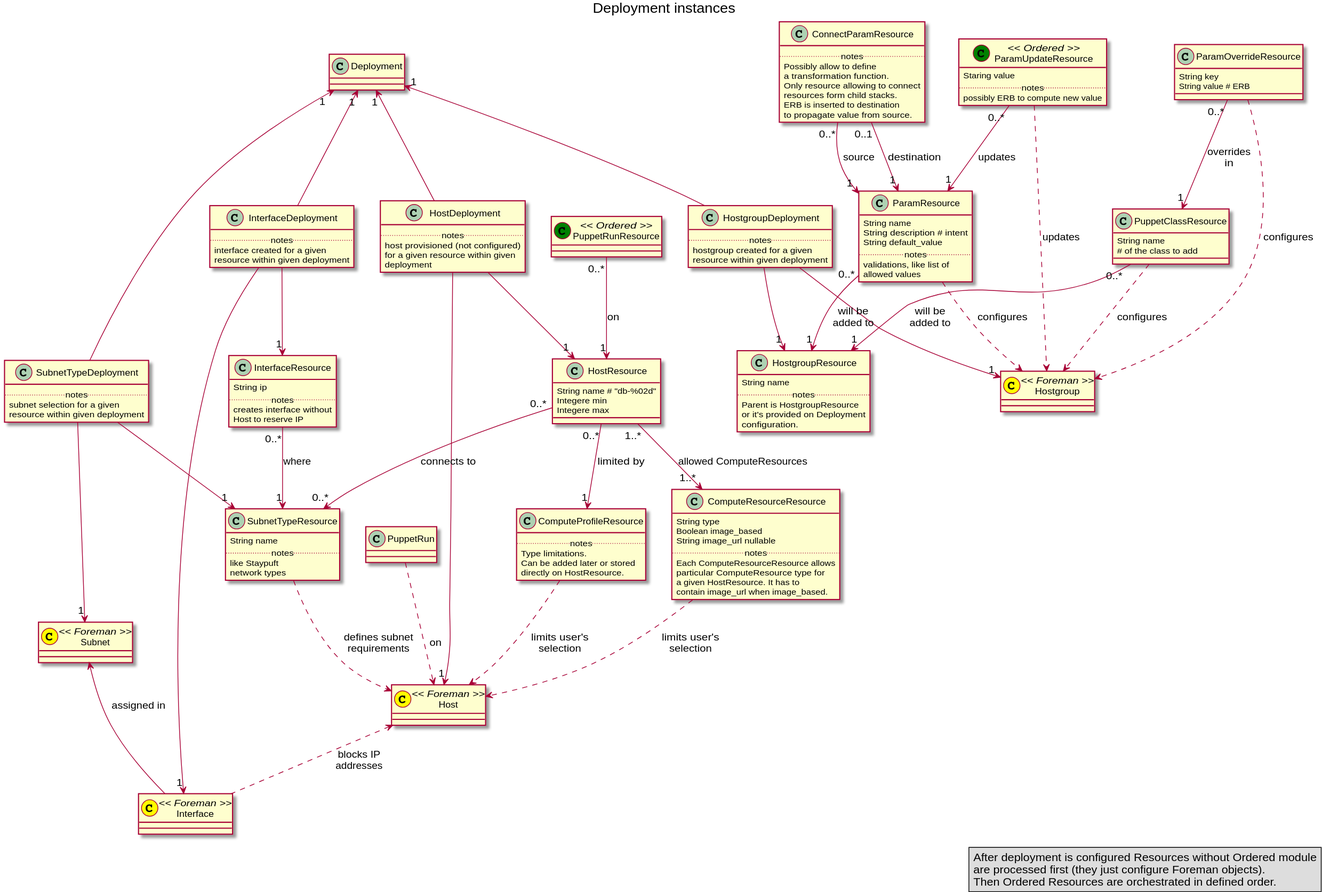
Before: doc/model/deployment.svg, a diagram exported from PlantUML (theforeman/foreman). Its source is kept beside it as doc/model/deployment.puml.
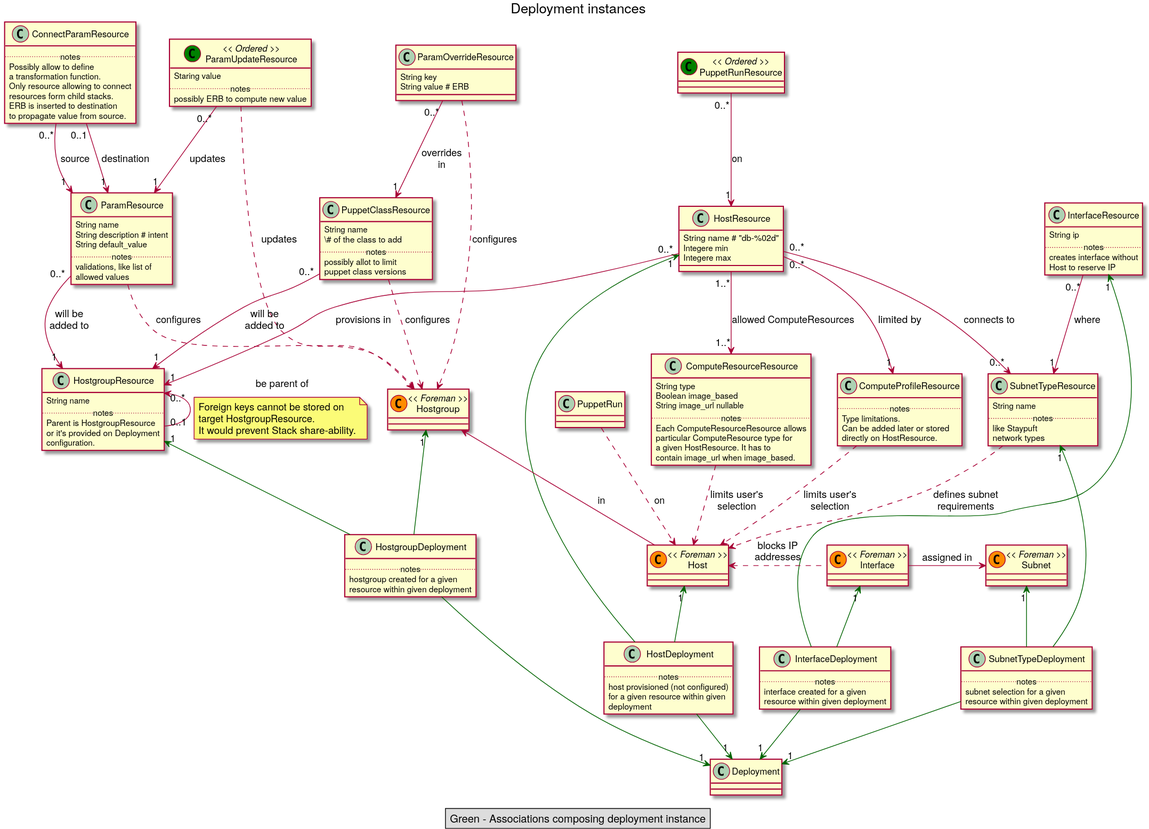
After the commit.

Diff of the diagram source:
```diff
@@ -1,6 +1,7 @@
 @startuml
 
 !include shared.puml
+FONT
 
 title Deployment instances
 
@@ -20,9 +21,9 @@
     hostgroup created for a given
     resource within given deployment
 }
-HostgroupDeployment -up-> "1" Deployment
-HostgroupDeployment --> "1" Hostgroup
-HostgroupDeployment --> "1" HostgroupResource
+HostgroupDeployment -[#DEPLOYCOLOR]-> "1" Deployment
+HostgroupDeployment -up[#DEPLOYCOLOR]-> "1" Hostgroup
+HostgroupDeployment -up[#DEPLOYCOLOR]-> "1" HostgroupResource
 
 ParamResource ..> Hostgroup : configures
 ParamOverrideResource ..> Hostgroup : configures
@@ -35,22 +36,22 @@
     subnet selection for a given
     resource within given deployment
 }
-SubnetTypeDeployment -up-> "1" Deployment
-SubnetTypeDeployment --> "1" Subnet
-SubnetTypeDeployment --> "1" SubnetTypeResource
+SubnetTypeDeployment -[#DEPLOYCOLOR]-> "1" Deployment
+SubnetTypeDeployment -up[#DEPLOYCOLOR]-> "1" Subnet
+SubnetTypeDeployment -up[#DEPLOYCOLOR]-> "1" SubnetTypeResource
 
 SubnetTypeResource ..> Host : defines subnet\nrequirements
-Interface -up-> Subnet : assigned in
+Interface -right-> Subnet : assigned in
 
 class InterfaceDeployment {
     .. notes ..
     interface created for a given
     resource within given deployment
 }
-InterfaceDeployment -up-> "1" Deployment
-InterfaceDeployment --> "1" Interface
-InterfaceDeployment --> "1" InterfaceResource
-Interface -up.>  Host : blocks IP\naddresses
+InterfaceDeployment -[#DEPLOYCOLOR]-> "1" Deployment
+InterfaceDeployment -up[#DEPLOYCOLOR]-> "1" Interface
+InterfaceDeployment -up[#DEPLOYCOLOR]-> "1" InterfaceResource
+Interface -left.>  Host : blocks IP\naddresses
 
 class HostDeployment {
     .. notes ..
@@ -58,20 +59,20 @@
     for a given resource within given
     deployment
 }
-HostDeployment -up-> "1" Deployment
-HostDeployment --> "1" Host
-HostDeployment --> "1" HostResource
+HostDeployment -[#DEPLOYCOLOR]-> "1" Deployment
+HostDeployment -up[#DEPLOYCOLOR]-> "1" Host
+HostDeployment -up[#DEPLOYCOLOR]-> "1" HostResource
 
 ParamUpdateResource ..> Hostgroup : updates
 
 PuppetRun ..> Host : on
 
+Host -up-> Hostgroup : in
+
 RESOURCESASSOCIATIONS
 
-legend right
-    After deployment is configured Resources without Ordered module
-    are processed first (they just configure Foreman objects).
-    Then Ordered Resources are orchestrated in defined order.
+legend
+    Green - Associations composing deployment instance
 end legend
 
 @enduml
```
